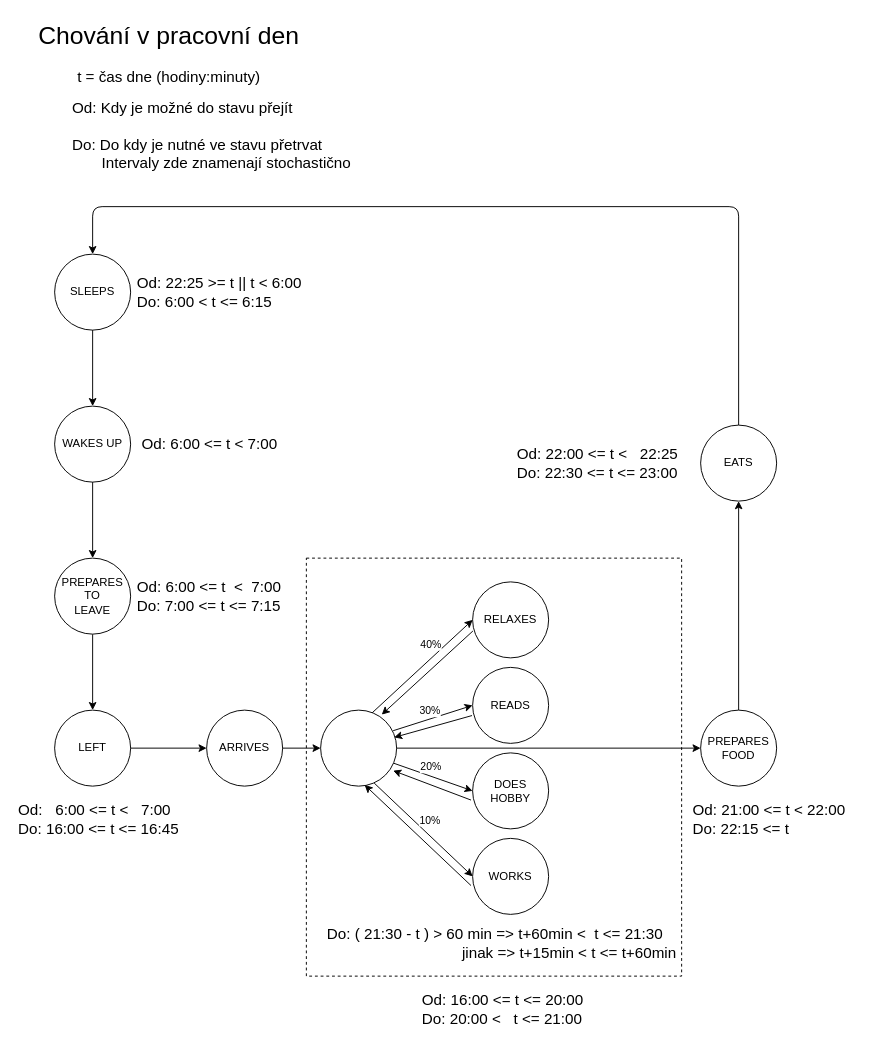
MartinZelenak/IBT-SmartHome-MAS-Interaction-Prediction keeps this draw.io diagram as Imgs/Simulation-Inhabitant-workday-behavior.drawio. Above is the earlier version. Source tidied: cells renumbered, new cells numbered last; positions are measured from the earlier drawing's top-left corner, leaving out a move shared by most shapes. Both pictures are drawn from the tidied source at 95%, with x=0, y=0 at pixel (16, 16).
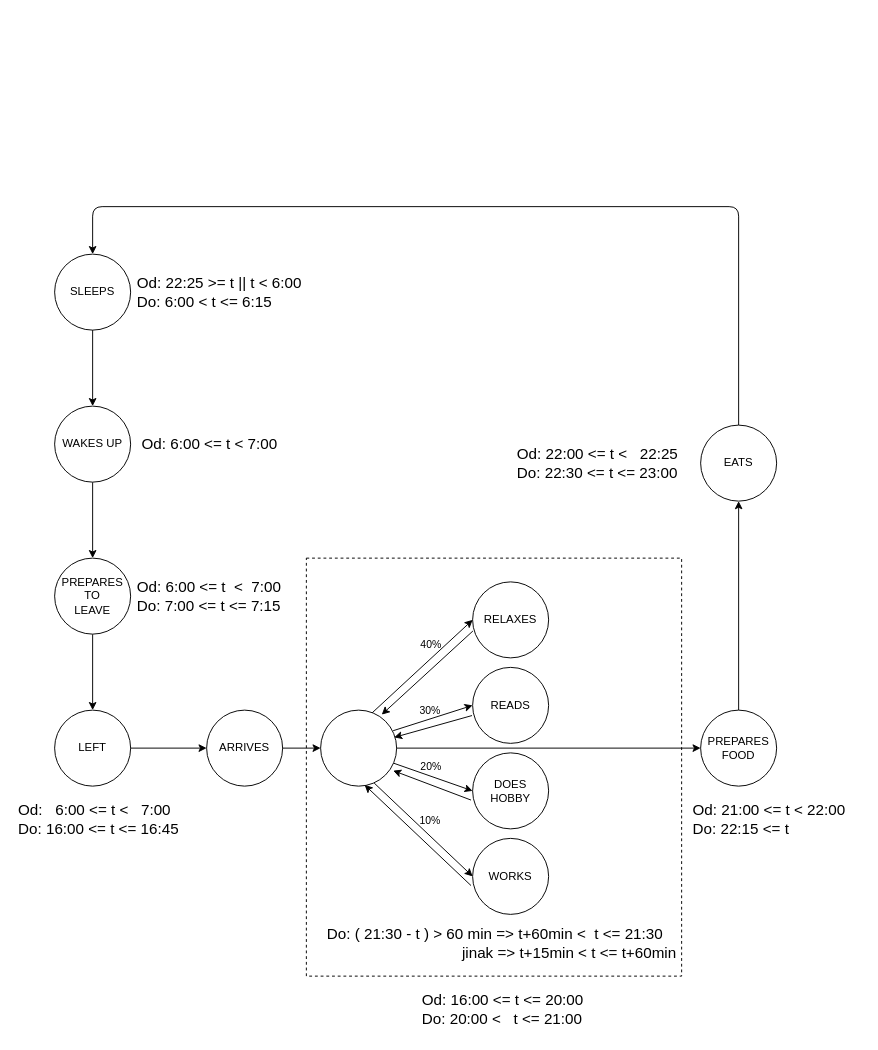
The same diagram, later.

Commit message (it also covers changes not shown here):
Modified inhabitant behavior diagrams

The change refers to these unchanged cells:
```xml
<mxCell id="32" style="edgeStyle=none;html=1;exitX=0.667;exitY=0.046;exitDx=0;exitDy=0;entryX=0;entryY=0.5;entryDx=0;entryDy=0;exitPerimeter=0;" parent="1" edge="1" source="41" target="14">
  <mxGeometry relative="1" as="geometry" />
</mxCell>
<mxCell id="34" style="edgeStyle=none;html=1;exitX=0.954;exitY=0.271;exitDx=0;exitDy=0;entryX=0;entryY=0.5;entryDx=0;entryDy=0;exitPerimeter=0;" parent="1" edge="1" source="41" target="16">
  <mxGeometry relative="1" as="geometry" />
</mxCell>
<mxCell id="36" style="edgeStyle=none;html=1;exitX=0.954;exitY=0.696;exitDx=0;exitDy=0;entryX=0;entryY=0.5;entryDx=0;entryDy=0;exitPerimeter=0;" parent="1" edge="1" source="41" target="20">
  <mxGeometry relative="1" as="geometry" />
</mxCell>
<mxCell id="38" style="edgeStyle=none;html=1;exitX=0.704;exitY=0.959;exitDx=0;exitDy=0;entryX=0;entryY=0.5;entryDx=0;entryDy=0;exitPerimeter=0;" parent="1" edge="1" source="41" target="18">
  <mxGeometry relative="1" as="geometry" />
</mxCell>
```

What changed in the source:
```diff
@@
-    <mxCell id="25" value="Chování v pracovní den" style="text;html=1;align=center;verticalAlign=middle;strokeColor=none;fillColor=none;fontSize=26;" parent="1" vertex="1">
-      <mxGeometry x="10" width="300" height="40" as="geometry" />
-    </mxCell>
-    <mxCell id="26" value="&lt;font style=&quot;font-size: 16px;&quot;&gt;t = čas dne (hodiny:minuty)&lt;br&gt;&lt;/font&gt;" style="text;html=1;align=center;verticalAlign=middle;strokeColor=none;fillColor=none;fontSize=26;" parent="1" vertex="1">
-      <mxGeometry x="50" y="40" width="220" height="40" as="geometry" />
-    </mxCell>
@@
-    <mxCell id="30" value="&lt;div style=&quot;text-align: left;&quot;&gt;&lt;span style=&quot;background-color: initial;&quot;&gt;Od: Kdy je možné do stavu přejít&lt;br&gt;&lt;br&gt;&lt;/span&gt;&lt;/div&gt;&lt;div style=&quot;text-align: left;&quot;&gt;&lt;span style=&quot;background-color: initial;&quot;&gt;Do: Do kdy je nutné ve stavu přetrvat&lt;/span&gt;&lt;/div&gt;&lt;div style=&quot;text-align: left;&quot;&gt;&amp;nbsp; &amp;nbsp; &amp;nbsp; &amp;nbsp;Intervaly zde znamenají stochastično&lt;/div&gt;" style="text;html=1;align=center;verticalAlign=middle;strokeColor=none;fillColor=none;fontSize=16;" parent="1" vertex="1">
-      <mxGeometry x="45" y="80" width="320" height="90" as="geometry" />
-    </mxCell>
@@
-    <mxCell id="33" value="40%" style="edgeLabel;html=1;align=center;verticalAlign=middle;" parent="32" vertex="1">
+    <mxCell id="33" value="40%" style="edgeLabel;html=1;align=center;verticalAlign=middle;labelBackgroundColor=none;" parent="32" vertex="1">
       <mxGeometry x="-0.19" y="-1" relative="1" as="geometry">
         <mxPoint x="18" y="-34" as="offset" />
       </mxGeometry>
     </mxCell>
@@
-    <mxCell id="35" value="30%" style="edgeLabel;html=1;align=center;verticalAlign=middle;" parent="34" vertex="1">
+    <mxCell id="35" value="30%" style="edgeLabel;html=1;align=center;verticalAlign=middle;labelBackgroundColor=none;" parent="34" vertex="1">
       <mxGeometry x="-0.47" y="-2" relative="1" as="geometry">
         <mxPoint x="16" y="-16" as="offset" />
       </mxGeometry>
     </mxCell>
@@
-    <mxCell id="37" value="20%" style="edgeLabel;html=1;align=center;verticalAlign=middle;" parent="36" vertex="1">
+    <mxCell id="37" value="20%" style="edgeLabel;html=1;align=center;verticalAlign=middle;labelBackgroundColor=none;" parent="36" vertex="1">
       <mxGeometry x="-0.24" relative="1" as="geometry">
         <mxPoint x="7" y="-7" as="offset" />
       </mxGeometry>
     </mxCell>
@@
-    <mxCell id="39" value="10%" style="edgeLabel;html=1;align=center;verticalAlign=middle;" parent="38" vertex="1">
+    <mxCell id="39" value="10%" style="edgeLabel;html=1;align=center;verticalAlign=middle;labelBackgroundColor=none;" parent="38" vertex="1">
       <mxGeometry x="-0.23" y="-1" relative="1" as="geometry">
         <mxPoint x="19" as="offset" />
       </mxGeometry>
     </mxCell>
```
